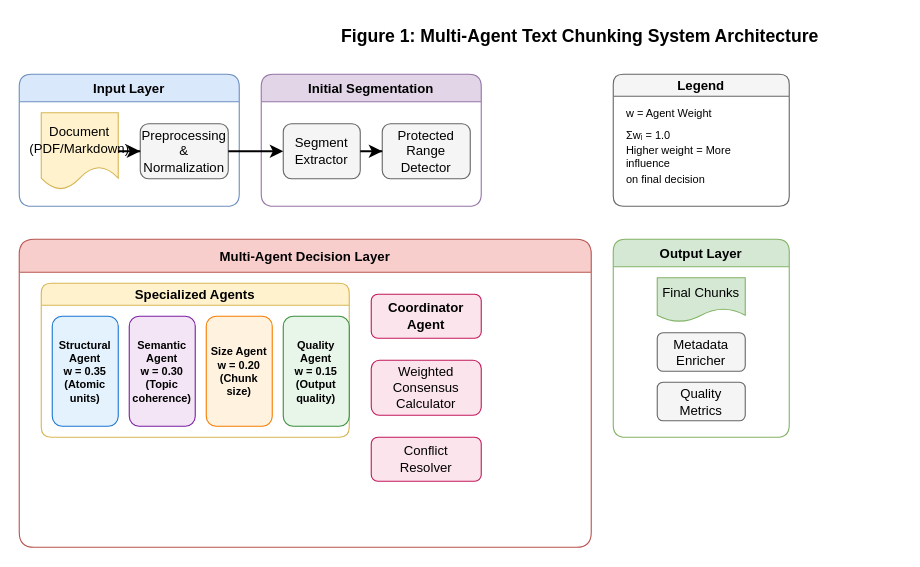
Earlier version of the draw.io diagram diagrams/drawio/01_multi_agent_architecture.drawio (EngindalgaMaku/ebars). Source tidied: cells renumbered, new cells numbered last; positions are measured from the earlier drawing's top-left corner, leaving out a move shared by most shapes. Both pictures are drawn from the tidied source at 110%, with x=0, y=0 at pixel (19, 19).
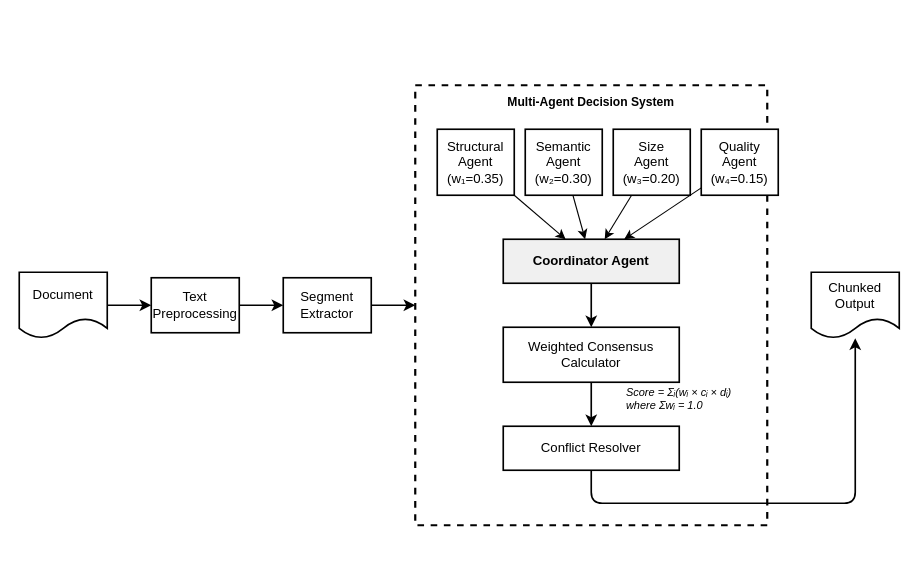
Above is the later version.

The edit, as a diff of the source:
```diff
@@
-    <mxCell id="2" value="Figure 1: Multi-Agent Text Chunking System Architecture" style="text;html=1;strokeColor=none;fillColor=none;align=center;verticalAlign=middle;whiteSpace=wrap;rounded=0;fontSize=16;fontStyle=1;" parent="1" vertex="1">
-      <mxGeometry x="260" width="500" height="30" as="geometry" />
-    </mxCell>
-    <mxCell id="3" value="Input Layer" style="swimlane;horizontal=1;startSize=25;fillColor=#dae8fc;strokeColor=#6c8ebf;rounded=1;fontStyle=1;" parent="1" vertex="1">
-      <mxGeometry y="50" width="200" height="120" as="geometry" />
-    </mxCell>
-    <mxCell id="4" value="Document&#10;(PDF/Markdown)" style="shape=document;whiteSpace=wrap;html=1;boundedLbl=1;fillColor=#fff2cc;strokeColor=#d6b656;" parent="3" vertex="1">
-      <mxGeometry x="20" y="35" width="70" height="70" as="geometry" />
+    <mxCell id="4" value="Document" style="shape=document;whiteSpace=wrap;html=1;boundedLbl=1;fillColor=#ffffff;strokeColor=#000000;strokeWidth=1.5;" parent="1" vertex="1">
+      <mxGeometry y="230" width="80" height="60" as="geometry" />
     </mxCell>
-    <mxCell id="5" value="Preprocessing&#10;&amp; Normalization" style="rounded=1;whiteSpace=wrap;html=1;fillColor=#f5f5f5;strokeColor=#666666;" parent="3" vertex="1">
-      <mxGeometry x="110" y="45" width="80" height="50" as="geometry" />
+    <mxCell id="5" value="Text&#10;Preprocessing" style="rounded=0;whiteSpace=wrap;html=1;fillColor=#ffffff;strokeColor=#000000;strokeWidth=1.5;" parent="1" vertex="1">
+      <mxGeometry x="120" y="235" width="80" height="50" as="geometry" />
     </mxCell>
-    <mxCell id="6" value="Initial Segmentation" style="swimlane;horizontal=1;startSize=25;fillColor=#e1d5e7;strokeColor=#9673a6;rounded=1;fontStyle=1;" parent="1" vertex="1">
-      <mxGeometry x="220" y="50" width="200" height="120" as="geometry" />
-    </mxCell>
-    <mxCell id="7" value="Segment&#10;Extractor" style="rounded=1;whiteSpace=wrap;html=1;fillColor=#f5f5f5;strokeColor=#666666;" parent="6" vertex="1">
-      <mxGeometry x="20" y="45" width="70" height="50" as="geometry" />
+    <mxCell id="7" value="Segment&#10;Extractor" style="rounded=0;whiteSpace=wrap;html=1;fillColor=#ffffff;strokeColor=#000000;strokeWidth=1.5;" parent="1" vertex="1">
+      <mxGeometry x="240" y="235" width="80" height="50" as="geometry" />
     </mxCell>
-    <mxCell id="8" value="Protected Range&#10;Detector" style="rounded=1;whiteSpace=wrap;html=1;fillColor=#f5f5f5;strokeColor=#666666;" parent="6" vertex="1">
-      <mxGeometry x="110" y="45" width="80" height="50" as="geometry" />
-    </mxCell>
-    <mxCell id="9" value="Multi-Agent Decision Layer" style="swimlane;horizontal=1;startSize=30;fillColor=#f8cecc;strokeColor=#b85450;rounded=1;fontStyle=1;" parent="1" vertex="1">
-      <mxGeometry y="200" width="520" height="280" as="geometry" />
-    </mxCell>
-    <mxCell id="10" value="Specialized Agents" style="swimlane;horizontal=1;startSize=20;fillColor=#fff2cc;strokeColor=#d6b656;rounded=1;fontStyle=1;" parent="9" vertex="1">
-      <mxGeometry x="20" y="40" width="280" height="140" as="geometry" />
-    </mxCell>
-    <mxCell id="11" value="Structural Agent&#10;w = 0.35&#10;(Atomic units)" style="rounded=1;whiteSpace=wrap;html=1;fillColor=#e3f2fd;strokeColor=#1976d2;fontSize=10;fontStyle=1;" parent="10" vertex="1">
-      <mxGeometry x="10" y="30" width="60" height="100" as="geometry" />
-    </mxCell>
-    <mxCell id="12" value="Semantic Agent&#10;w = 0.30&#10;(Topic coherence)" style="rounded=1;whiteSpace=wrap;html=1;fillColor=#f3e5f5;strokeColor=#7b1fa2;fontSize=10;fontStyle=1;" parent="10" vertex="1">
-      <mxGeometry x="80" y="30" width="60" height="100" as="geometry" />
-    </mxCell>
-    <mxCell id="13" value="Size Agent&#10;w = 0.20&#10;(Chunk size)" style="rounded=1;whiteSpace=wrap;html=1;fillColor=#fff3e0;strokeColor=#f57c00;fontSize=10;fontStyle=1;" parent="10" vertex="1">
-      <mxGeometry x="150" y="30" width="60" height="100" as="geometry" />
-    </mxCell>
-    <mxCell id="14" value="Quality Agent&#10;w = 0.15&#10;(Output quality)" style="rounded=1;whiteSpace=wrap;html=1;fillColor=#e8f5e9;strokeColor=#388e3c;fontSize=10;fontStyle=1;" parent="10" vertex="1">
-      <mxGeometry x="220" y="30" width="60" height="100" as="geometry" />
-    </mxCell>
+    <mxCell id="30" style="rounded=0;whiteSpace=wrap;html=1;fillColor=#ffffff;strokeColor=#000000;strokeWidth=2;dashed=1;" parent="1" vertex="1">
+      <mxGeometry x="360" y="60" width="320" height="400" as="geometry" />
+    </mxCell>
+    <mxCell id="31" value="Multi-Agent Decision System" style="text;html=1;strokeColor=none;fillColor=none;align=center;verticalAlign=middle;whiteSpace=wrap;rounded=0;fontStyle=1;fontSize=11;" parent="1" vertex="1">
+      <mxGeometry x="420" y="65" width="200" height="20" as="geometry" />
+    </mxCell>
+    <mxCell id="32" value="Structural&#10;Agent&#10;(w₁=0.35)" style="rounded=0;whiteSpace=wrap;html=1;fillColor=#ffffff;strokeColor=#000000;strokeWidth=1.5;" parent="1" vertex="1">
+      <mxGeometry x="380" y="100" width="70" height="60" as="geometry" />
+    </mxCell>
+    <mxCell id="33" value="Semantic&#10;Agent&#10;(w₂=0.30)" style="rounded=0;whiteSpace=wrap;html=1;fillColor=#ffffff;strokeColor=#000000;strokeWidth=1.5;" parent="1" vertex="1">
+      <mxGeometry x="460" y="100" width="70" height="60" as="geometry" />
+    </mxCell>
+    <mxCell id="34" value="Size&#10;Agent&#10;(w₃=0.20)" style="rounded=0;whiteSpace=wrap;html=1;fillColor=#ffffff;strokeColor=#000000;strokeWidth=1.5;" parent="1" vertex="1">
+      <mxGeometry x="540" y="100" width="70" height="60" as="geometry" />
+    </mxCell>
+    <mxCell id="35" value="Quality&#10;Agent&#10;(w₄=0.15)" style="rounded=0;whiteSpace=wrap;html=1;fillColor=#ffffff;strokeColor=#000000;strokeWidth=1.5;" parent="1" vertex="1">
+      <mxGeometry x="620" y="100" width="70" height="60" as="geometry" />
+    </mxCell>
-    <mxCell id="15" value="Coordinator Agent" style="rounded=1;whiteSpace=wrap;html=1;fillColor=#fce4ec;strokeColor=#c2185b;fontStyle=1;" parent="9" vertex="1">
-      <mxGeometry x="320" y="50" width="100" height="40" as="geometry" />
+    <mxCell id="15" value="Coordinator Agent" style="rounded=0;whiteSpace=wrap;html=1;fillColor=#f0f0f0;strokeColor=#000000;strokeWidth=1.5;fontStyle=1;" parent="1" vertex="1">
+      <mxGeometry x="440" y="200" width="160" height="40" as="geometry" />
     </mxCell>
-    <mxCell id="16" value="Weighted&#10;Consensus&#10;Calculator" style="rounded=1;whiteSpace=wrap;html=1;fillColor=#fce4ec;strokeColor=#c2185b;" parent="9" vertex="1">
-      <mxGeometry x="320" y="110" width="100" height="50" as="geometry" />
+    <mxCell id="16" value="Weighted Consensus&#10;Calculator" style="rounded=0;whiteSpace=wrap;html=1;fillColor=#ffffff;strokeColor=#000000;strokeWidth=1.5;" parent="1" vertex="1">
+      <mxGeometry x="440" y="280" width="160" height="50" as="geometry" />
     </mxCell>
-    <mxCell id="17" value="Conflict&#10;Resolver" style="rounded=1;whiteSpace=wrap;html=1;fillColor=#fce4ec;strokeColor=#c2185b;" parent="9" vertex="1">
-      <mxGeometry x="320" y="180" width="100" height="40" as="geometry" />
+    <mxCell id="17" value="Conflict Resolver" style="rounded=0;whiteSpace=wrap;html=1;fillColor=#ffffff;strokeColor=#000000;strokeWidth=1.5;" parent="1" vertex="1">
+      <mxGeometry x="440" y="370" width="160" height="40" as="geometry" />
     </mxCell>
-    <mxCell id="18" value="Output Layer" style="swimlane;horizontal=1;startSize=25;fillColor=#d5e8d4;strokeColor=#82b366;rounded=1;fontStyle=1;" parent="1" vertex="1">
-      <mxGeometry x="540" y="200" width="160" height="180" as="geometry" />
-    </mxCell>
-    <mxCell id="19" value="Final Chunks" style="shape=document;whiteSpace=wrap;html=1;boundedLbl=1;fillColor=#d5e8d4;strokeColor=#82b366;" parent="18" vertex="1">
-      <mxGeometry x="40" y="35" width="80" height="40" as="geometry" />
-    </mxCell>
-    <mxCell id="20" value="Metadata&#10;Enricher" style="rounded=1;whiteSpace=wrap;html=1;fillColor=#f5f5f5;strokeColor=#666666;" parent="18" vertex="1">
-      <mxGeometry x="40" y="85" width="80" height="35" as="geometry" />
-    </mxCell>
-    <mxCell id="21" value="Quality&#10;Metrics" style="rounded=1;whiteSpace=wrap;html=1;fillColor=#f5f5f5;strokeColor=#666666;" parent="18" vertex="1">
-      <mxGeometry x="40" y="130" width="80" height="35" as="geometry" />
-    </mxCell>
-    <mxCell id="22" value="Legend" style="swimlane;horizontal=1;startSize=20;fillColor=#f5f5f5;strokeColor=#666666;rounded=1;fontStyle=1;" parent="1" vertex="1">
-      <mxGeometry x="540" y="50" width="160" height="120" as="geometry" />
-    </mxCell>
-    <mxCell id="23" value="w = Agent Weight" style="text;html=1;strokeColor=none;fillColor=none;align=left;verticalAlign=middle;whiteSpace=wrap;rounded=0;fontSize=10;" parent="22" vertex="1">
-      <mxGeometry x="10" y="25" width="140" height="20" as="geometry" />
-    </mxCell>
-    <mxCell id="24" value="Σwᵢ = 1.0" style="text;html=1;strokeColor=none;fillColor=none;align=left;verticalAlign=middle;whiteSpace=wrap;rounded=0;fontSize=10;" parent="22" vertex="1">
-      <mxGeometry x="10" y="45" width="140" height="20" as="geometry" />
-    </mxCell>
-    <mxCell id="25" value="Higher weight = More influence" style="text;html=1;strokeColor=none;fillColor=none;align=left;verticalAlign=middle;whiteSpace=wrap;rounded=0;fontSize=10;" parent="22" vertex="1">
-      <mxGeometry x="10" y="65" width="140" height="20" as="geometry" />
-    </mxCell>
-    <mxCell id="26" value="on final decision" style="text;html=1;strokeColor=none;fillColor=none;align=left;verticalAlign=middle;whiteSpace=wrap;rounded=0;fontSize=10;" parent="22" vertex="1">
-      <mxGeometry x="10" y="85" width="140" height="20" as="geometry" />
-    </mxCell>
+    <mxCell id="36" value="Chunked&#10;Output" style="shape=document;whiteSpace=wrap;html=1;boundedLbl=1;fillColor=#ffffff;strokeColor=#000000;strokeWidth=1.5;" parent="1" vertex="1">
+      <mxGeometry x="720" y="230" width="80" height="60" as="geometry" />
+    </mxCell>
-    <mxCell id="27" style="edgeStyle=orthogonalEdgeStyle;rounded=0;jettySize=auto;html=1;strokeWidth=2;" parent="1" edge="1" source="4" target="5">
+    <mxCell id="27" style="endArrow=classic;html=1;strokeWidth=1.5;strokeColor=#000000;" parent="1" edge="1" source="4" target="5">
       <mxGeometry relative="1" as="geometry" />
     </mxCell>
-    <mxCell id="28" style="edgeStyle=orthogonalEdgeStyle;rounded=0;jettySize=auto;html=1;strokeWidth=2;" parent="1" edge="1" source="5" target="7">
+    <mxCell id="28" style="endArrow=classic;html=1;strokeWidth=1.5;strokeColor=#000000;" parent="1" edge="1" source="5" target="7">
       <mxGeometry relative="1" as="geometry" />
     </mxCell>
-    <mxCell id="29" style="edgeStyle=orthogonalEdgeStyle;rounded=0;jettySize=auto;html=1;strokeWidth=2;" parent="1" edge="1" source="7" target="8">
+    <mxCell id="29" style="endArrow=classic;html=1;strokeWidth=1.5;strokeColor=#000000;" parent="1" edge="1" source="7" target="30">
       <mxGeometry relative="1" as="geometry" />
     </mxCell>
+    <mxCell id="37" style="endArrow=classic;html=1;strokeWidth=1;strokeColor=#000000;" parent="1" edge="1" source="32" target="15">
+      <mxGeometry relative="1" as="geometry" />
+    </mxCell>
+    <mxCell id="38" style="endArrow=classic;html=1;strokeWidth=1;strokeColor=#000000;" parent="1" edge="1" source="33" target="15">
+      <mxGeometry relative="1" as="geometry" />
+    </mxCell>
+    <mxCell id="39" style="endArrow=classic;html=1;strokeWidth=1;strokeColor=#000000;" parent="1" edge="1" source="34" target="15">
+      <mxGeometry relative="1" as="geometry" />
+    </mxCell>
+    <mxCell id="40" style="endArrow=classic;html=1;strokeWidth=1;strokeColor=#000000;" parent="1" edge="1" source="35" target="15">
+      <mxGeometry relative="1" as="geometry" />
+    </mxCell>
+    <mxCell id="41" style="endArrow=classic;html=1;strokeWidth=1.5;strokeColor=#000000;" parent="1" edge="1" source="15" target="16">
+      <mxGeometry relative="1" as="geometry" />
+    </mxCell>
+    <mxCell id="42" style="endArrow=classic;html=1;strokeWidth=1.5;strokeColor=#000000;" parent="1" edge="1" source="16" target="17">
+      <mxGeometry relative="1" as="geometry" />
+    </mxCell>
+    <mxCell id="43" style="endArrow=classic;html=1;strokeWidth=1.5;strokeColor=#000000;" parent="1" edge="1" source="17" target="36">
+      <mxGeometry relative="1" as="geometry">
+        <Array as="points">
+          <mxPoint x="520" y="440" />
+          <mxPoint x="760" y="440" />
+        </Array>
+      </mxGeometry>
+    </mxCell>
+    <mxCell id="44" value="Score = Σᵢ(wᵢ × cᵢ × dᵢ)&#10;where Σwᵢ = 1.0" style="text;html=1;strokeColor=none;fillColor=none;align=left;verticalAlign=middle;whiteSpace=wrap;rounded=0;fontSize=10;fontStyle=2;" parent="1" vertex="1">
+      <mxGeometry x="550" y="330" width="120" height="30" as="geometry" />
+    </mxCell>
```
